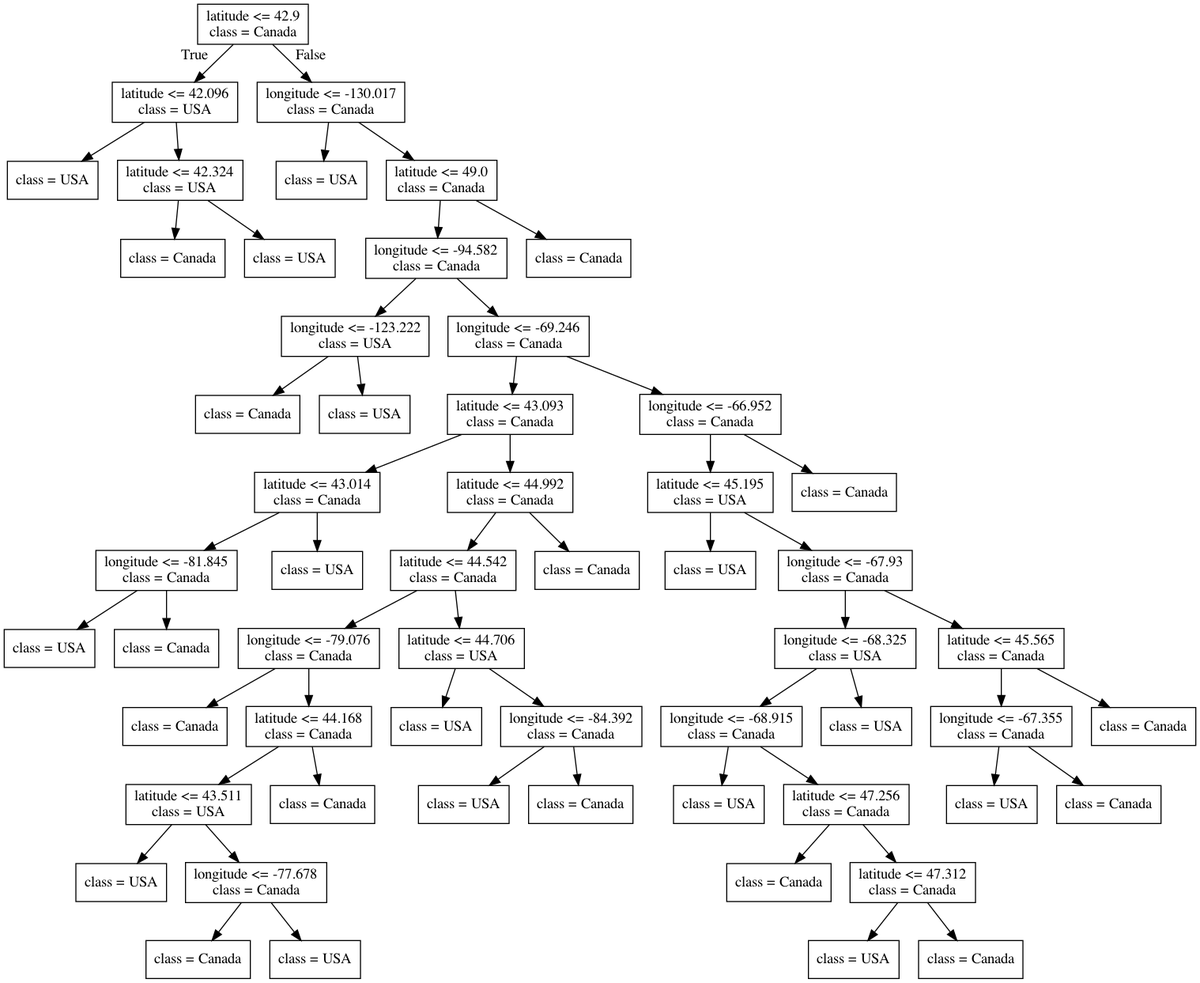
Before: lectures/Source.gv.png, a diagram exported from Graphviz (bait509-ubc/BAIT509). Its source is kept beside it as lectures/Source.gv.
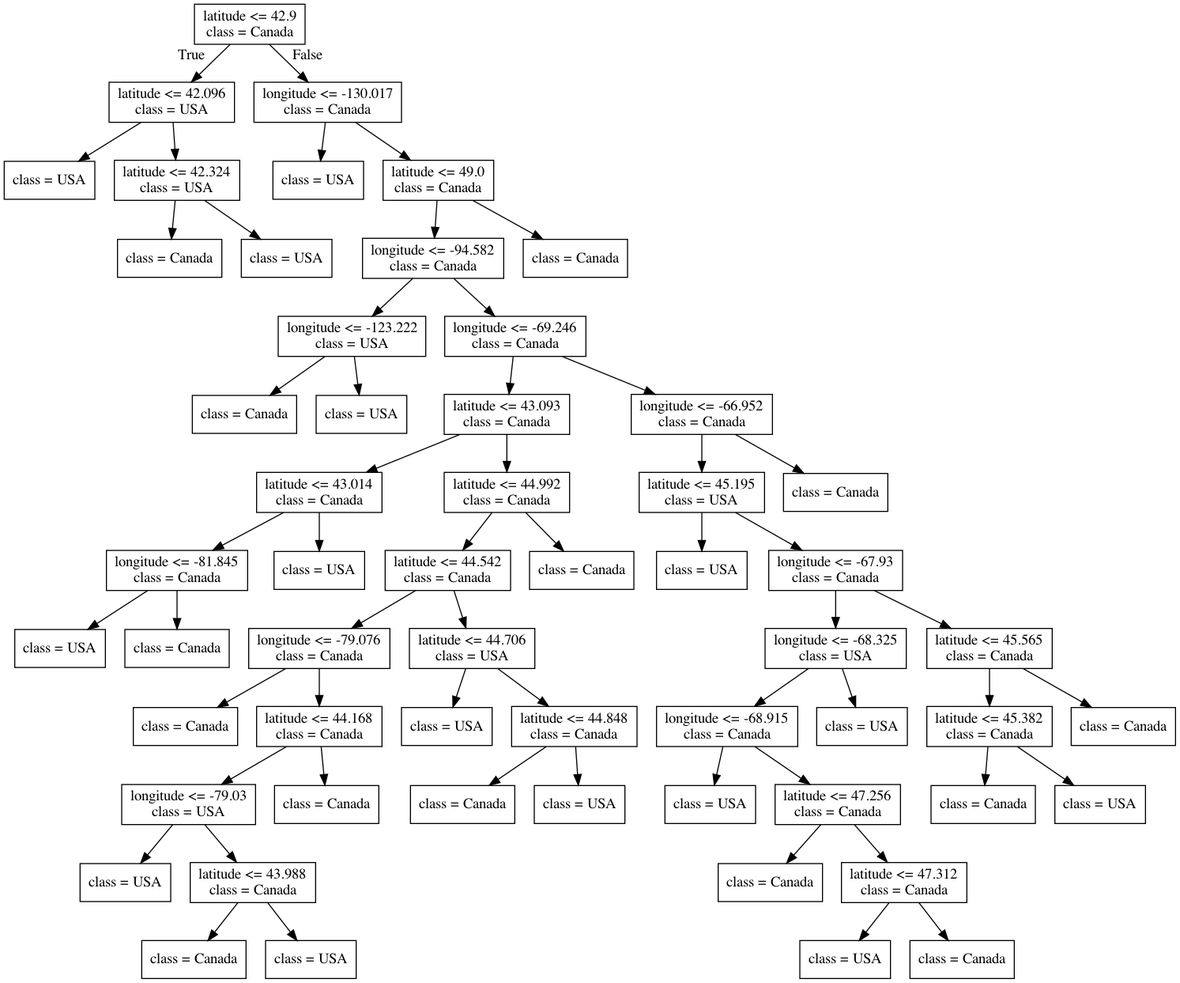
Later version of the same file.

The edit, as a diff of the source:
```diff
@@ -49,11 +49,11 @@
 22 -> 23 ;
 24 [label="latitude <= 44.168\nclass = Canada"] ;
 22 -> 24 ;
-25 [label="latitude <= 43.511\nclass = USA"] ;
+25 [label="longitude <= -79.03\nclass = USA"] ;
 24 -> 25 ;
 26 [label="class = USA"] ;
 25 -> 26 ;
-27 [label="longitude <= -77.678\nclass = Canada"] ;
+27 [label="latitude <= 43.988\nclass = Canada"] ;
 25 -> 27 ;
 28 [label="class = Canada"] ;
 27 -> 28 ;
@@ -65,11 +65,11 @@
 21 -> 31 ;
 32 [label="class = USA"] ;
 31 -> 32 ;
-33 [label="longitude <= -84.392\nclass = Canada"] ;
+33 [label="latitude <= 44.848\nclass = Canada"] ;
 31 -> 33 ;
-34 [label="class = USA"] ;
+34 [label="class = Canada"] ;
 33 -> 34 ;
-35 [label="class = Canada"] ;
+35 [label="class = USA"] ;
 33 -> 35 ;
 36 [label="class = Canada"] ;
 20 -> 36 ;
@@ -101,11 +101,11 @@
 41 -> 49 ;
 50 [label="latitude <= 45.565\nclass = Canada"] ;
 40 -> 50 ;
-51 [label="longitude <= -67.355\nclass = Canada"] ;
+51 [label="latitude <= 45.382\nclass = Canada"] ;
 50 -> 51 ;
-52 [label="class = USA"] ;
+52 [label="class = Canada"] ;
 51 -> 52 ;
-53 [label="class = Canada"] ;
+53 [label="class = USA"] ;
 51 -> 53 ;
 54 [label="class = Canada"] ;
 50 -> 54 ;
```
